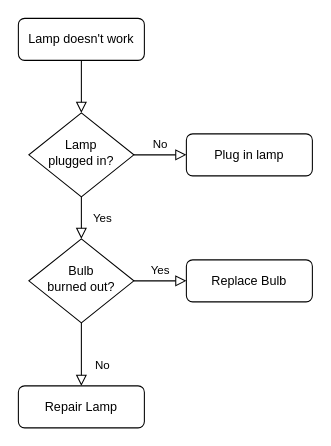
Earlier version of the draw.io diagram knowledge/Untitled Diagram.drawio (artbase/clear-solidity). Source tidied: cells renumbered, new cells numbered last; positions are measured from the earlier drawing's top-left corner, leaving out a move shared by most shapes. Both pictures are drawn from the tidied source at 105%, with x=0, y=0 at pixel (18, 18).
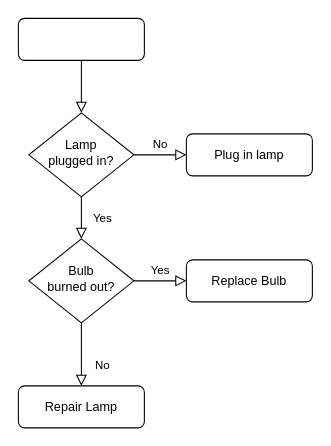
After the change.

What changed in the source:
```diff
@@
 <mxGraphModel>
   <root>
     <mxCell id="0" />
     <mxCell id="1" parent="0" />
     <mxCell id="2" style="rounded=0;html=1;jettySize=auto;fontSize=11;endArrow=block;endFill=0;endSize=8;strokeWidth=1;shadow=0;labelBackgroundColor=none;edgeStyle=orthogonalEdgeStyle;" parent="1" edge="1" source="3" target="6">
       <mxGeometry relative="1" as="geometry" />
     </mxCell>
-    <mxCell id="3" value="Lamp doesn't work" style="rounded=1;whiteSpace=wrap;html=1;fontSize=12;glass=0;strokeWidth=1;shadow=0;" parent="1" vertex="1">
+    <mxCell id="3" style="rounded=1;whiteSpace=wrap;html=1;fontSize=12;glass=0;strokeWidth=1;shadow=0;" parent="1" vertex="1">
       <mxGeometry width="120" height="40" as="geometry" />
     </mxCell>
     <mxCell id="4" value="Yes" style="rounded=0;html=1;jettySize=auto;fontSize=11;endArrow=block;endFill=0;endSize=8;strokeWidth=1;shadow=0;labelBackgroundColor=none;edgeStyle=orthogonalEdgeStyle;" parent="1" edge="1" source="6" target="10">
       <mxGeometry y="20" relative="1" as="geometry" />
     </mxCell>
     <mxCell id="5" value="No" style="edgeStyle=orthogonalEdgeStyle;rounded=0;html=1;jettySize=auto;fontSize=11;endArrow=block;endFill=0;endSize=8;strokeWidth=1;shadow=0;labelBackgroundColor=none;" parent="1" edge="1" source="6" target="7">
       <mxGeometry y="10" relative="1" as="geometry" />
     </mxCell>
     <mxCell id="6" value="Lamp&lt;br&gt;plugged in?" style="rhombus;whiteSpace=wrap;html=1;shadow=0;fontFamily=Helvetica;fontSize=12;align=center;strokeWidth=1;spacing=6;spacingTop=-4;" parent="1" vertex="1">
       <mxGeometry x="10" y="90" width="100" height="80" as="geometry" />
     </mxCell>
     <mxCell id="7" value="Plug in lamp" style="rounded=1;whiteSpace=wrap;html=1;fontSize=12;glass=0;strokeWidth=1;shadow=0;" parent="1" vertex="1">
       <mxGeometry x="160" y="110" width="120" height="40" as="geometry" />
     </mxCell>
     <mxCell id="8" value="No" style="rounded=0;html=1;jettySize=auto;fontSize=11;endArrow=block;endFill=0;endSize=8;strokeWidth=1;shadow=0;labelBackgroundColor=none;edgeStyle=orthogonalEdgeStyle;" parent="1" edge="1" source="10" target="11">
       <mxGeometry x="0.33" y="20" relative="1" as="geometry" />
     </mxCell>
     <mxCell id="9" value="Yes" style="edgeStyle=orthogonalEdgeStyle;rounded=0;html=1;jettySize=auto;fontSize=11;endArrow=block;endFill=0;endSize=8;strokeWidth=1;shadow=0;labelBackgroundColor=none;" parent="1" edge="1" source="10" target="12">
       <mxGeometry y="10" relative="1" as="geometry" />
     </mxCell>
     <mxCell id="10" value="Bulb&lt;br&gt;burned out?" style="rhombus;whiteSpace=wrap;html=1;shadow=0;fontFamily=Helvetica;fontSize=12;align=center;strokeWidth=1;spacing=6;spacingTop=-4;" parent="1" vertex="1">
       <mxGeometry x="10" y="210" width="100" height="80" as="geometry" />
     </mxCell>
     <mxCell id="11" value="Repair Lamp" style="rounded=1;whiteSpace=wrap;html=1;fontSize=12;glass=0;strokeWidth=1;shadow=0;" parent="1" vertex="1">
       <mxGeometry y="350" width="120" height="40" as="geometry" />
     </mxCell>
     <mxCell id="12" value="Replace Bulb" style="rounded=1;whiteSpace=wrap;html=1;fontSize=12;glass=0;strokeWidth=1;shadow=0;" parent="1" vertex="1">
       <mxGeometry x="160" y="230" width="120" height="40" as="geometry" />
     </mxCell>
   </root>
 </mxGraphModel>
```
